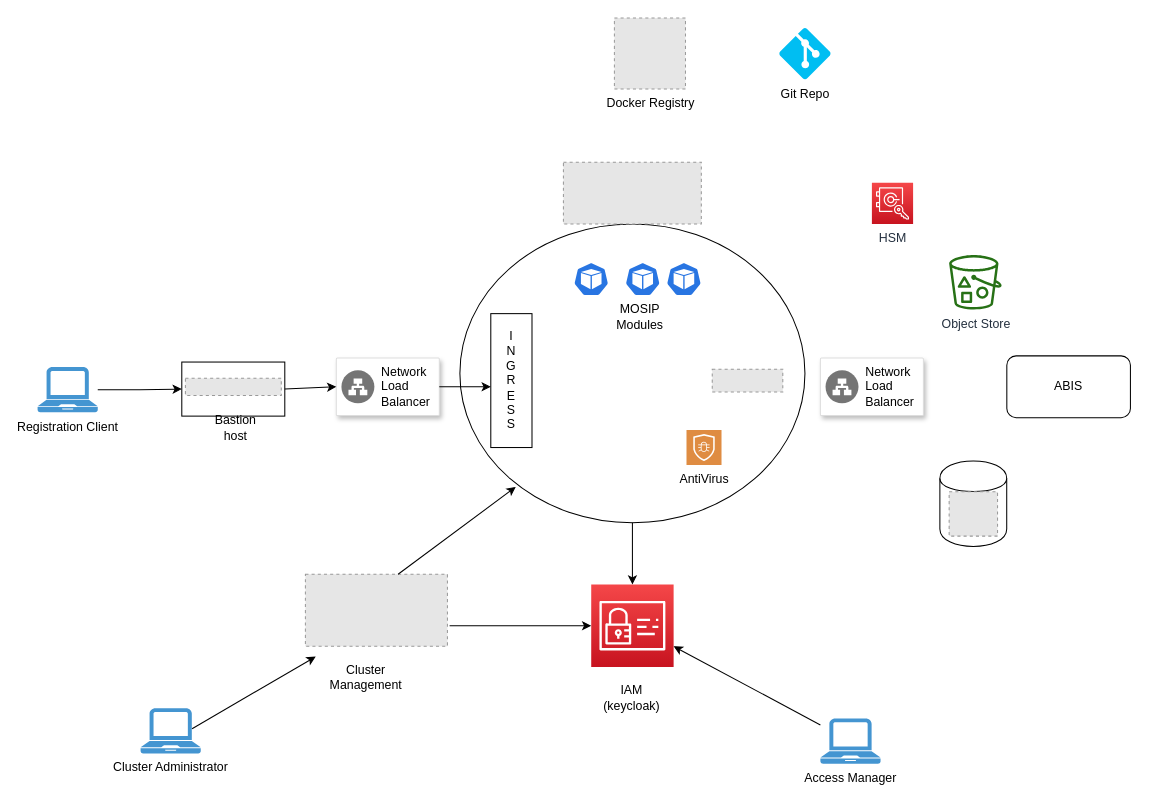
Earlier version of the draw.io diagram deployment/v3/docs/images/deployment_architecture.drawio (mosip/mosip-infra). Source tidied: cells renumbered, new cells numbered last; positions are measured from the earlier drawing's top-left corner, leaving out a move shared by most shapes. Both pictures are drawn from the tidied source at 103%, with x=0, y=0 at pixel (37, 18). Pictures stored in the file or linked from it are replaced by grey dashed boxes.
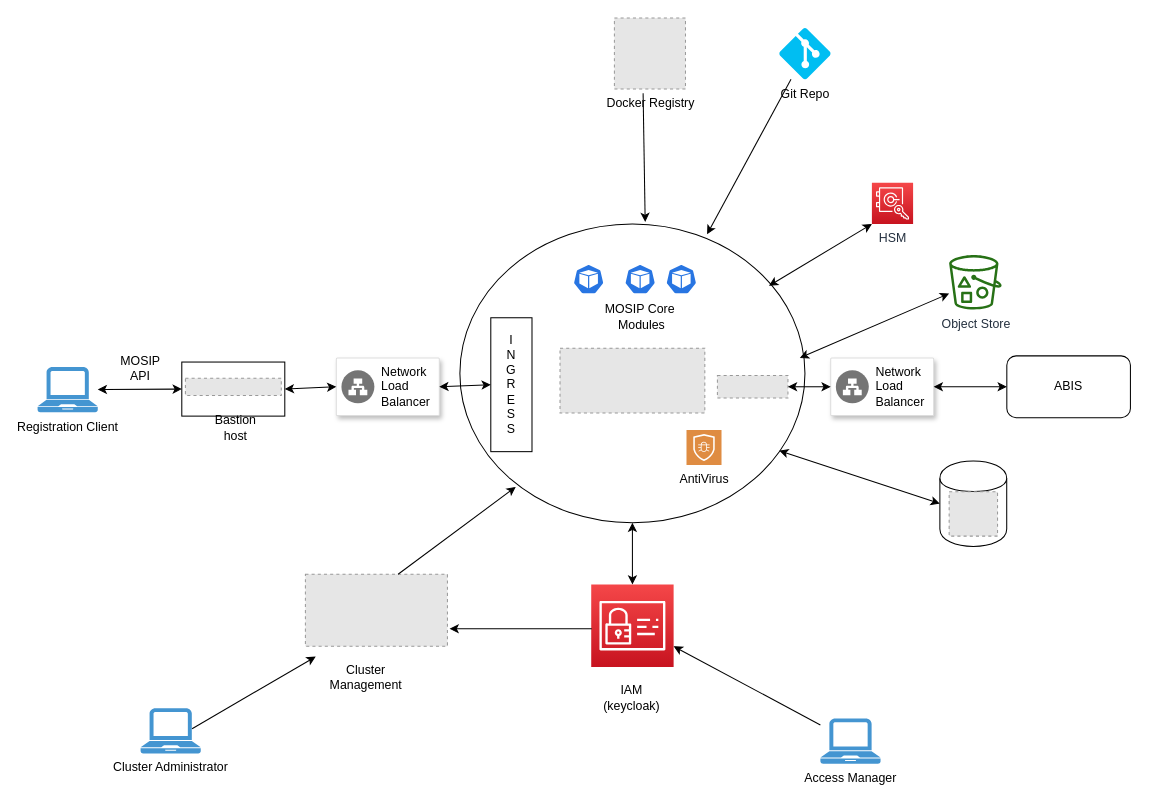
After the change.

Unchanged cells that the change refers to:
```xml
<mxCell id="2" style="group;" parent="1" vertex="1">
  <mxGeometry x="410" y="140" width="335" height="350" as="geometry" />
</mxCell>
<mxCell id="3" style="group;" parent="2" vertex="1">
  <mxGeometry y="60" width="335" height="290" as="geometry" />
</mxCell>
<mxCell id="4" style="ellipse;whiteSpace=wrap;html=1;verticalAlign=top;" parent="3" vertex="1">
  <mxGeometry width="335" height="290" as="geometry" />
</mxCell>
<mxCell id="13" style="strokeColor=#dddddd;shadow=1;strokeWidth=1;rounded=1;absoluteArcSize=1;arcSize=2;" parent="1" vertex="1">
  <mxGeometry x="290" y="330" width="100" height="56" as="geometry" />
</mxCell>
<mxCell id="16" value="Registration Client" style="shadow=0;dashed=0;html=1;strokeColor=none;fillColor=#4495D1;labelPosition=center;verticalLabelPosition=bottom;verticalAlign=top;align=center;outlineConnect=0;shape=mxgraph.veeam.laptop;" parent="1" vertex="1">
  <mxGeometry y="338.8" width="58.4" height="44" as="geometry" />
</mxCell>
<mxCell id="19" style="group;" parent="1" vertex="1">
  <mxGeometry x="260" y="540" width="137.9" height="110" as="geometry" />
</mxCell>
<mxCell id="23" value="Git Repo" style="verticalLabelPosition=bottom;html=1;verticalAlign=top;align=center;strokeColor=none;fillColor=#00BEF2;shape=mxgraph.azure.git_repository;" parent="1" vertex="1">
  <mxGeometry x="720" y="9.5" width="50" height="50" as="geometry" />
</mxCell>
<mxCell id="24" value="Docker Registry" style="fillColor=#E6E6E6;strokeColor=#999999;dashed=1;html=1;verticalAlign=top;verticalLabelPosition=bottom;labelBackgroundColor=#ffffff;" parent="1" vertex="1">
  <mxGeometry x="560" width="69" height="69" as="geometry" />
</mxCell>
<mxCell id="29" style="rounded=0;whiteSpace=wrap;html=1;" parent="28" vertex="1">
  <mxGeometry width="100" height="52.5" as="geometry" />
</mxCell>
<mxCell id="32" value="Object Store" style="outlineConnect=0;fontColor=#232F3E;gradientColor=none;fillColor=#277116;strokeColor=none;dashed=0;verticalLabelPosition=bottom;verticalAlign=top;align=center;html=1;fontSize=12;fontStyle=0;shape=mxgraph.aws4.bucket_with_objects;" parent="1" vertex="1">
  <mxGeometry x="885" y="230" width="51" height="53" as="geometry" />
</mxCell>
<mxCell id="33" style="shape=cylinder;whiteSpace=wrap;html=1;boundedLbl=1;backgroundOutline=1;" parent="1" vertex="1">
  <mxGeometry x="876" y="430" width="64.9" height="83" as="geometry" />
</mxCell>
<mxCell id="35" value="ABIS" style="rounded=1;whiteSpace=wrap;html=1;" parent="1" vertex="1">
  <mxGeometry x="941" y="328" width="120" height="60" as="geometry" />
</mxCell>
<mxCell id="36" value="HSM" style="points=[[0,0,0],[0.25,0,0],[0.5,0,0],[0.75,0,0],[1,0,0],[0,1,0],[0.25,1,0],[0.5,1,0],[0.75,1,0],[1,1,0],[0,0.25,0],[0,0.5,0],[0,0.75,0],[1,0.25,0],[1,0.5,0],[1,0.75,0]];outlineConnect=0;fontColor=#232F3E;gradientColor=#F54749;gradientDirection=north;fillColor=#C7131F;strokeColor=#ffffff;dashed=0;verticalLabelPosition=bottom;verticalAlign=top;align=center;html=1;fontSize=12;fontStyle=0;shape=mxgraph.aws4.resourceIcon;resIcon=mxgraph.aws4.cloudhsm;" parent="1" vertex="1">
  <mxGeometry x="810" y="160" width="40" height="40" as="geometry" />
</mxCell>
<mxCell id="38" style="points=[[0,0,0],[0.25,0,0],[0.5,0,0],[0.75,0,0],[1,0,0],[0,1,0],[0.25,1,0],[0.5,1,0],[0.75,1,0],[1,1,0],[0,0.25,0],[0,0.5,0],[0,0.75,0],[1,0.25,0],[1,0.5,0],[1,0.75,0]];outlineConnect=0;fontColor=#232F3E;gradientColor=#F54749;gradientDirection=north;fillColor=#C7131F;strokeColor=#ffffff;dashed=0;verticalLabelPosition=bottom;verticalAlign=top;align=center;html=1;fontSize=12;fontStyle=0;shape=mxgraph.aws4.resourceIcon;resIcon=mxgraph.aws4.identity_and_access_management;" parent="37" vertex="1">
  <mxGeometry width="80" height="80" as="geometry" />
</mxCell>
```

Change to the diagram source:
```diff
@@
     <mxCell id="5" style="html=1;dashed=0;whitespace=wrap;fillColor=#2875E2;strokeColor=#ffffff;shape=mxgraph.kubernetes.icon;prIcon=pod;" parent="3" vertex="1">
-      <mxGeometry x="110" y="37" width="35" height="33" as="geometry" />
+      <mxGeometry x="110" y="37" width="30" height="33" as="geometry" />
     </mxCell>
     <mxCell id="6" style="fillColor=#E6E6E6;strokeColor=#999999;dashed=1;verticalLabelPosition=bottom;labelBackgroundColor=#ffffff;verticalAlign=top;" parent="3" vertex="1">
-      <mxGeometry x="245" y="141" width="68.5" height="22" as="geometry" />
+      <mxGeometry x="250" y="147" width="68.5" height="22" as="geometry" />
     </mxCell>
@@
     <mxCell id="8" style="html=1;dashed=0;whitespace=wrap;fillColor=#2875E2;strokeColor=#ffffff;shape=mxgraph.kubernetes.icon;prIcon=pod;" parent="3" vertex="1">
-      <mxGeometry x="160" y="37" width="35" height="33" as="geometry" />
+      <mxGeometry x="160" y="37" width="30" height="33" as="geometry" />
     </mxCell>
     <mxCell id="9" style="html=1;dashed=0;whitespace=wrap;fillColor=#2875E2;strokeColor=#ffffff;shape=mxgraph.kubernetes.icon;prIcon=pod;" parent="3" vertex="1">
-      <mxGeometry x="200" y="37" width="35" height="33" as="geometry" />
+      <mxGeometry x="200" y="37" width="30" height="33" as="geometry" />
     </mxCell>
-    <mxCell id="10" value="MOSIP Modules" style="text;html=1;strokeColor=none;fillColor=none;align=center;verticalAlign=middle;whiteSpace=wrap;rounded=0;" parent="3" vertex="1">
-      <mxGeometry x="155" y="80" width="40" height="20" as="geometry" />
+    <mxCell id="10" value="MOSIP Core&lt;br&gt;&amp;nbsp;Modules" style="text;html=1;strokeColor=none;fillColor=none;align=center;verticalAlign=middle;whiteSpace=wrap;rounded=0;" parent="3" vertex="1">
+      <mxGeometry x="130" y="80" width="90" height="20" as="geometry" />
     </mxCell>
     <mxCell id="11" value="I&lt;br&gt;N&lt;br&gt;G&lt;br&gt;R&lt;br&gt;E&lt;br&gt;S&lt;br&gt;S&lt;br&gt;" style="rounded=0;whiteSpace=wrap;html=1;" parent="3" vertex="1">
-      <mxGeometry x="30" y="87" width="40" height="130" as="geometry" />
+      <mxGeometry x="30" y="91" width="40" height="130" as="geometry" />
     </mxCell>
-    <mxCell id="12" style="fillColor=#E6E6E6;strokeColor=#999999;dashed=1;verticalLabelPosition=bottom;labelBackgroundColor=#ffffff;verticalAlign=top;" parent="2" vertex="1">
-      <mxGeometry x="100.5" width="133.9" height="60" as="geometry" />
+    <mxCell id="12" style="fillColor=#E6E6E6;strokeColor=#999999;dashed=1;verticalLabelPosition=bottom;labelBackgroundColor=#ffffff;verticalAlign=top;" parent="3" vertex="1">
+      <mxGeometry x="97.2" y="120.5" width="140.6" height="63" as="geometry" />
     </mxCell>
+    <mxCell id="46" style="endArrow=classic;startArrow=classic;html=1;entryX=0;entryY=1;entryDx=0;entryDy=0;entryPerimeter=0;" parent="3" edge="1" target="36">
+      <mxGeometry relative="1" as="geometry">
+        <mxPoint x="300" y="60" as="sourcePoint" />
+      </mxGeometry>
+    </mxCell>
+    <mxCell id="47" style="endArrow=classic;startArrow=classic;html=1;entryX=0;entryY=0.5;entryDx=0;entryDy=0;" parent="3" edge="1" target="33">
+      <mxGeometry relative="1" as="geometry">
+        <mxPoint x="310" y="220" as="sourcePoint" />
+      </mxGeometry>
+    </mxCell>
@@
-    <mxCell id="15" style="edgeStyle=orthogonalEdgeStyle;rounded=0;jettySize=auto;html=1;entryX=0;entryY=0.5;entryDx=0;entryDy=0;" parent="1" edge="1" source="16" target="29">
-      <mxGeometry relative="1" as="geometry" />
-    </mxCell>
@@
     <mxCell id="17" style="strokeColor=#dddddd;shadow=1;strokeWidth=1;rounded=1;absoluteArcSize=1;arcSize=2;" parent="1" vertex="1">
-      <mxGeometry x="760" y="330" width="100" height="56" as="geometry" />
+      <mxGeometry x="770" y="330" width="100" height="56" as="geometry" />
     </mxCell>
@@
-    <mxCell id="22" style="endArrow=classic;html=1;entryX=0;entryY=0.5;entryDx=0;entryDy=0;entryPerimeter=0;" parent="19" edge="1" target="38">
-      <mxGeometry relative="1" as="geometry">
-        <mxPoint x="140" y="50" as="sourcePoint" />
-      </mxGeometry>
-    </mxCell>
@@
-    <mxCell id="40" style="endArrow=classic;html=1;exitX=1;exitY=0.5;exitDx=0;exitDy=0;" parent="1" edge="1" source="13">
-      <mxGeometry relative="1" as="geometry">
-        <mxPoint x="440" y="358" as="targetPoint" />
-      </mxGeometry>
-    </mxCell>
-    <mxCell id="41" style="endArrow=classic;html=1;exitX=1;exitY=0.5;exitDx=0;exitDy=0;entryX=0;entryY=0.5;entryDx=0;entryDy=0;" parent="1" edge="1" source="29" target="13">
-      <mxGeometry relative="1" as="geometry" />
-    </mxCell>
@@
-    <mxCell id="45" style="endArrow=classic;html=1;exitX=0.5;exitY=1;exitDx=0;exitDy=0;entryX=0.5;entryY=0;entryDx=0;entryDy=0;entryPerimeter=0;" parent="1" edge="1" source="4" target="38">
-      <mxGeometry relative="1" as="geometry" />
-    </mxCell>
+    <mxCell id="48" style="endArrow=classic;startArrow=classic;html=1;exitX=1;exitY=0.5;exitDx=0;exitDy=0;entryX=0;entryY=0.5;entryDx=0;entryDy=0;" parent="1" edge="1" source="17" target="35">
+      <mxGeometry relative="1" as="geometry" />
+    </mxCell>
+    <mxCell id="49" style="endArrow=classic;html=1;entryX=0.537;entryY=-0.007;entryDx=0;entryDy=0;entryPerimeter=0;exitX=0.404;exitY=1.057;exitDx=0;exitDy=0;exitPerimeter=0;" parent="1" edge="1" source="24" target="4">
+      <mxGeometry relative="1" as="geometry" />
+    </mxCell>
+    <mxCell id="50" value="MOSIP API" style="text;html=1;strokeColor=none;fillColor=none;align=center;verticalAlign=middle;whiteSpace=wrap;rounded=0;" parent="1" vertex="1">
+      <mxGeometry x="80" y="330" width="40" height="20" as="geometry" />
+    </mxCell>
+    <mxCell id="51" style="endArrow=classic;html=1;" parent="1" edge="1" source="23">
+      <mxGeometry relative="1" as="geometry">
+        <mxPoint x="650" y="210" as="targetPoint" />
+      </mxGeometry>
+    </mxCell>
+    <mxCell id="52" style="endArrow=classic;startArrow=classic;html=1;" parent="1" edge="1" target="32">
+      <mxGeometry relative="1" as="geometry">
+        <mxPoint x="740" y="330" as="sourcePoint" />
+      </mxGeometry>
+    </mxCell>
+    <mxCell id="53" style="endArrow=classic;startArrow=classic;html=1;entryX=0.5;entryY=1;entryDx=0;entryDy=0;exitX=0.5;exitY=0;exitDx=0;exitDy=0;exitPerimeter=0;" parent="1" edge="1" source="38" target="4">
+      <mxGeometry relative="1" as="geometry" />
+    </mxCell>
+    <mxCell id="54" style="endArrow=classic;html=1;" parent="1" edge="1">
+      <mxGeometry relative="1" as="geometry">
+        <mxPoint x="538" y="593" as="sourcePoint" />
+        <mxPoint x="400" y="593" as="targetPoint" />
+      </mxGeometry>
+    </mxCell>
+    <mxCell id="15" style="endArrow=classic;startArrow=classic;html=1;entryX=0;entryY=0.5;entryDx=0;entryDy=0;" parent="1" edge="1" source="16" target="29">
+      <mxGeometry relative="1" as="geometry" />
+    </mxCell>
+    <mxCell id="41" style="endArrow=classic;startArrow=classic;html=1;exitX=1;exitY=0.5;exitDx=0;exitDy=0;entryX=0;entryY=0.5;entryDx=0;entryDy=0;" parent="1" edge="1" source="29" target="13">
+      <mxGeometry relative="1" as="geometry" />
+    </mxCell>
+    <mxCell id="55" style="endArrow=classic;startArrow=classic;html=1;exitX=1;exitY=0.5;exitDx=0;exitDy=0;entryX=0;entryY=0.5;entryDx=0;entryDy=0;" parent="1" edge="1" source="13" target="11">
+      <mxGeometry relative="1" as="geometry" />
+    </mxCell>
+    <mxCell id="56" style="endArrow=classic;startArrow=classic;html=1;exitX=1;exitY=0.5;exitDx=0;exitDy=0;entryX=0;entryY=0.5;entryDx=0;entryDy=0;" parent="1" edge="1" source="6" target="17">
+      <mxGeometry relative="1" as="geometry" />
+    </mxCell>
```
